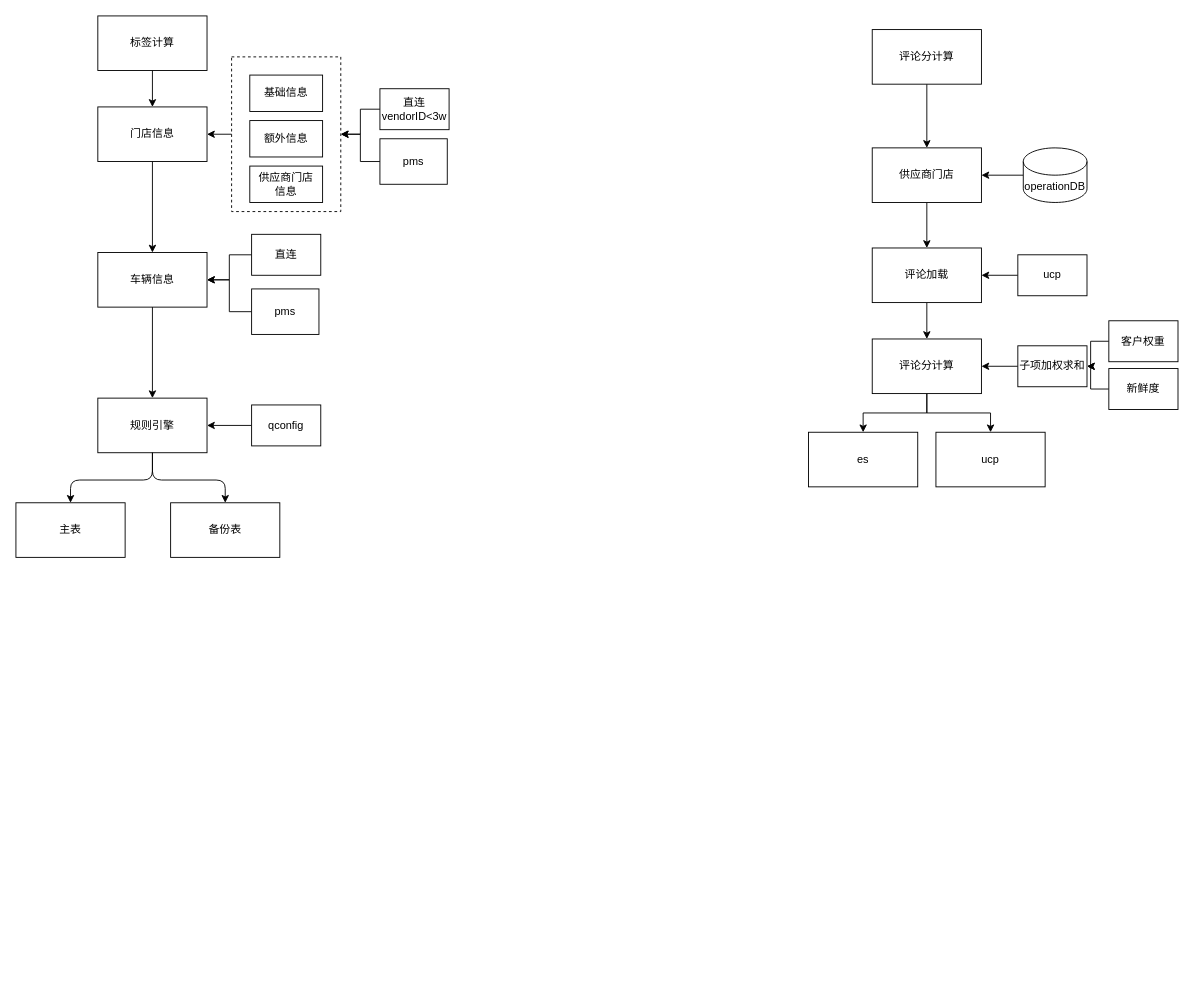
Echidnaaa/draw keeps this draw.io diagram as page "第 1 页" (1 of 2) of ctrip.drawio. Above is the earlier version. Source tidied: cells renumbered, new cells numbered last; positions are measured from the earlier drawing's top-left corner, leaving out a move shared by most shapes. Both pictures are drawn from the tidied source at 91%, with x=0, y=0 at pixel (15, 15).
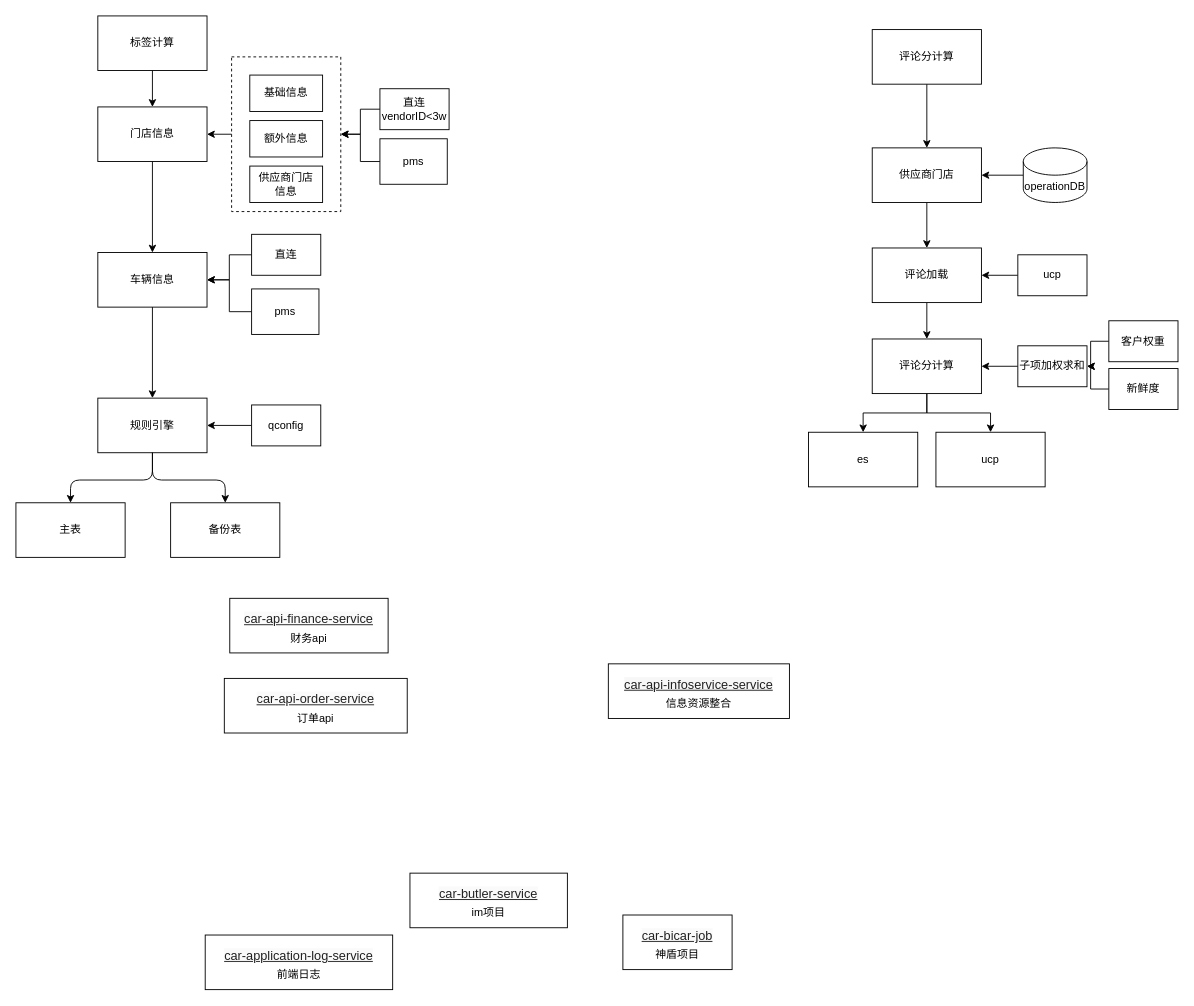
The same page after the edit.

Change to the diagram source:
```diff
@@
+    <mxCell id="49" value="&lt;a href=&quot;http://paas.ctripcorp.com/#/app/100015877/detail/info&quot; class=&quot;cd-text-blk-pri ng-binding ng-scope&quot; style=&quot;box-sizing: border-box ; font-family: &amp;#34;microsoft yahei&amp;#34; , &amp;#34;arial&amp;#34; , &amp;#34;helvetica&amp;#34; , sans-serif ; font-size: 14px ; line-height: 2 ; margin: 0px ; padding: 0px ; outline: 0px ; background-color: rgb(250 , 250 , 250) ; vertical-align: middle ; text-align: left ; color: rgba(0 , 0 , 0 , 0.87)&quot;&gt;car-api-finance-service&lt;/a&gt;&lt;br&gt;财务api" style="whiteSpace=wrap;html=1;rounded=0;sketch=0;" parent="1" vertex="1">
+      <mxGeometry x="235" y="640" width="174" height="60" as="geometry" />
+    </mxCell>
+    <mxCell id="50" value="&lt;a href=&quot;http://paas.ctripcorp.com/#/app/100028990/detail/info&quot; class=&quot;cd-text-blk-pri ng-binding ng-scope&quot; style=&quot;box-sizing: border-box ; font-family: &amp;#34;microsoft yahei&amp;#34; , &amp;#34;arial&amp;#34; , &amp;#34;helvetica&amp;#34; , sans-serif ; font-size: 14px ; line-height: 2 ; margin: 0px ; padding: 0px ; outline: 0px ; background-color: rgba(0 , 0 , 0 , 0.03) ; vertical-align: middle ; text-align: left ; color: rgba(0 , 0 , 0 , 0.87)&quot;&gt;car-api-infoservice-service&lt;/a&gt;&lt;br&gt;信息资源整合" style="whiteSpace=wrap;html=1;rounded=0;sketch=0;" parent="1" vertex="1">
+      <mxGeometry x="651" y="712" width="199" height="60" as="geometry" />
+    </mxCell>
+    <mxCell id="51" value="&lt;a href=&quot;http://paas.ctripcorp.com/#/app/100015793/detail/info&quot; class=&quot;cd-text-blk-pri ng-binding ng-scope&quot; style=&quot;box-sizing: border-box ; font-family: &amp;#34;microsoft yahei&amp;#34; , &amp;#34;arial&amp;#34; , &amp;#34;helvetica&amp;#34; , sans-serif ; font-size: 14px ; line-height: 2 ; margin: 0px ; padding: 0px ; outline: 0px ; background-color: rgb(250 , 250 , 250) ; vertical-align: middle ; text-align: left ; color: rgba(0 , 0 , 0 , 0.87)&quot;&gt;car-api-order-service&lt;/a&gt;&lt;br&gt;订单api" style="whiteSpace=wrap;html=1;rounded=0;sketch=0;" parent="1" vertex="1">
+      <mxGeometry x="229" y="728" width="201" height="60" as="geometry" />
+    </mxCell>
+    <mxCell id="52" value="&lt;a href=&quot;http://paas.ctripcorp.com/#/app/100030922/detail/info&quot; class=&quot;cd-text-blk-pri ng-binding ng-scope&quot; style=&quot;box-sizing: border-box ; font-family: &amp;#34;microsoft yahei&amp;#34; , &amp;#34;arial&amp;#34; , &amp;#34;helvetica&amp;#34; , sans-serif ; font-size: 14px ; line-height: 2 ; margin: 0px ; padding: 0px ; outline: 0px ; background-color: rgb(250 , 250 , 250) ; vertical-align: middle ; text-align: left ; color: rgba(0 , 0 , 0 , 0.87)&quot;&gt;car-application-log-service&lt;/a&gt;&lt;br&gt;前端日志" style="whiteSpace=wrap;html=1;rounded=0;sketch=0;" parent="1" vertex="1">
+      <mxGeometry x="208" y="1010" width="206" height="60" as="geometry" />
+    </mxCell>
+    <mxCell id="53" value="&lt;a href=&quot;http://paas.ctripcorp.com/#/app/100016495/detail/info&quot; class=&quot;cd-text-blk-pri ng-binding ng-scope&quot; style=&quot;box-sizing: border-box ; font-family: &amp;#34;microsoft yahei&amp;#34; , &amp;#34;arial&amp;#34; , &amp;#34;helvetica&amp;#34; , sans-serif ; font-size: 14px ; line-height: 2 ; margin: 0px ; padding: 0px ; outline: 0px ; background-color: rgb(250 , 250 , 250) ; vertical-align: middle ; text-align: left ; color: rgba(0 , 0 , 0 , 0.87)&quot;&gt;car-bicar-job&lt;/a&gt;&lt;br&gt;神盾项目" style="whiteSpace=wrap;html=1;rounded=0;sketch=0;" parent="1" vertex="1">
+      <mxGeometry x="667" y="988" width="120" height="60" as="geometry" />
+    </mxCell>
+    <mxCell id="54" value="&lt;a href=&quot;http://paas.ctripcorp.com/#/app/100016698/detail/info&quot; class=&quot;cd-text-blk-pri ng-binding ng-scope&quot; style=&quot;box-sizing: border-box ; font-family: &amp;#34;microsoft yahei&amp;#34; , &amp;#34;arial&amp;#34; , &amp;#34;helvetica&amp;#34; , sans-serif ; font-size: 14px ; line-height: 2 ; margin: 0px ; padding: 0px ; outline: 0px ; background-color: rgb(250 , 250 , 250) ; vertical-align: middle ; text-align: left ; color: rgba(0 , 0 , 0 , 0.87)&quot;&gt;car-butler-service&lt;/a&gt;&lt;br&gt;im项目" style="whiteSpace=wrap;html=1;rounded=0;sketch=0;" parent="1" vertex="1">
+      <mxGeometry x="433" y="942" width="173" height="60" as="geometry" />
+    </mxCell>
```
